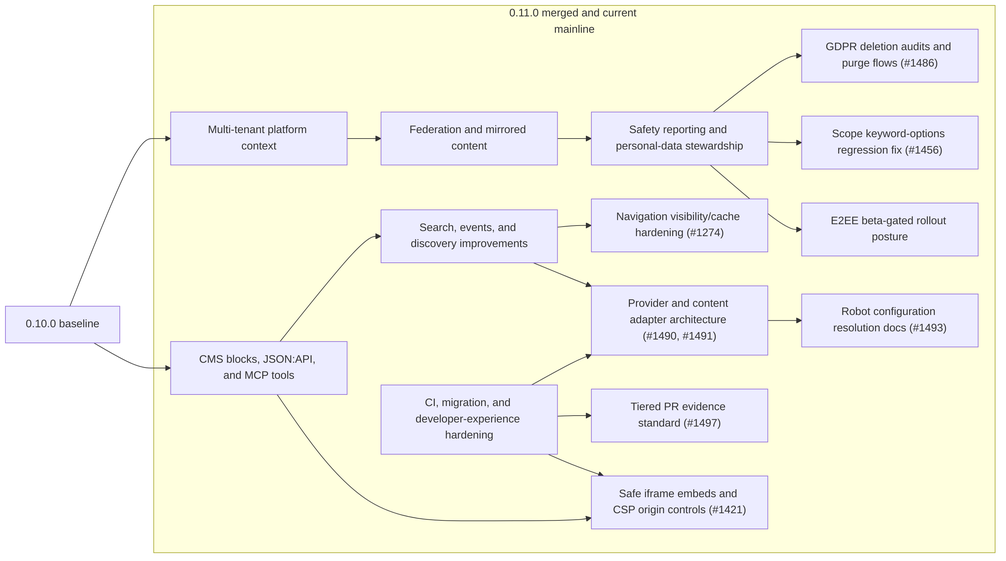
Before: docs/diagrams/exports/png/release_0_11_0_capability_map.png, a diagram exported from Mermaid (better-together-org/community-engine-rails). Its source is kept beside it as docs/diagrams/source/release_0_11_0_capability_map.mmd. The source it was exported from:
```mermaid
flowchart LR

  V010["0.10.0 baseline"]

  subgraph MAIN["0.11.0 merged and current mainline"]
    MT["Multi-tenant platform context"]
    FED["Federation and mirrored content"]
    BLOCKS["CMS blocks, JSON:API, and MCP tools"]
    SAFE["Safety reporting and personal-data stewardship"]
    GDPR["GDPR deletion audits and purge flows (#1486)"]
    DISC["Search, events, and discovery improvements"]
    NAV["Navigation visibility/cache hardening (#1274)"]
    DEV["CI, migration, and developer-experience hardening"]
    ADAPTERS["Provider and content adapter architecture (#1490, #1491)"]
    ROBOTS["Robot configuration resolution docs (#1493)"]
    EVIDENCE["Tiered PR evidence standard (#1497)"]
    EMBEDS["Safe iframe embeds and CSP origin controls (#1421)"]
    SCOPE["Scope keyword-options regression fix (#1456)"]
    E2EE["E2EE beta-gated rollout posture"]
  end

  V010 --> MT
  V010 --> BLOCKS
  MT --> FED
  FED --> SAFE
  SAFE --> GDPR
  BLOCKS --> DISC
  DISC --> NAV
  DISC --> ADAPTERS
  DEV --> ADAPTERS
  ADAPTERS --> ROBOTS
  DEV --> EVIDENCE
  BLOCKS --> EMBEDS
  SAFE --> SCOPE
  SAFE --> E2EE
  DEV --> EMBEDS
```
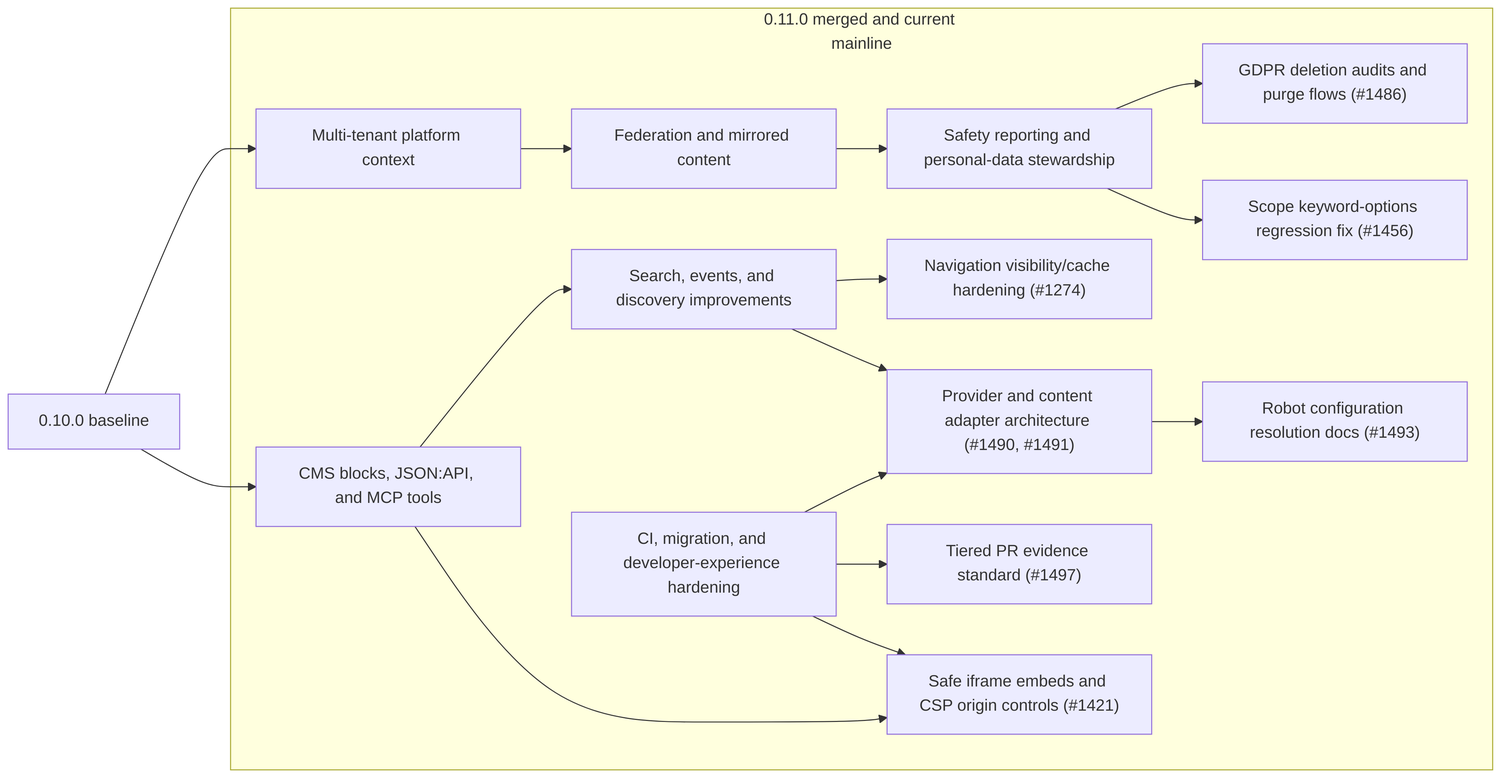
After the commit.

Change to the diagram source:
```diff
@@ -16,7 +16,6 @@
     EVIDENCE["Tiered PR evidence standard (#1497)"]
     EMBEDS["Safe iframe embeds and CSP origin controls (#1421)"]
     SCOPE["Scope keyword-options regression fix (#1456)"]
-    E2EE["E2EE beta-gated rollout posture"]
   end
 
   V010 --> MT
@@ -32,5 +31,4 @@
   DEV --> EVIDENCE
   BLOCKS --> EMBEDS
   SAFE --> SCOPE
-  SAFE --> E2EE
   DEV --> EMBEDS
```
